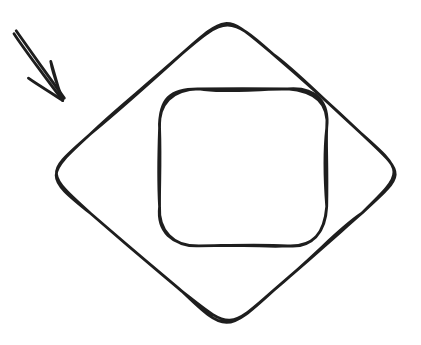
Earlier version of the Excalidraw export Diagrams/Untitled-3.excalidraw.svg (EugenGoGit/diagramm_store). Source tidied: one line per element, renumbered; positions are measured from the earlier drawing's top-left corner, leaving out a move shared by most shapes. Source of this version:
```json
{"id": 0, "type": "diamond", "strokeColor": "#1e1e1e", "strokeWidth": 2, "roughness": 1, "round": true, "x": 21, "y": 0, "width": 258, "height": 226}
{"id": 1, "type": "rectangle", "strokeColor": "#1e1e1e", "strokeWidth": 2, "roughness": 1, "round": true, "x": 102, "y": 53, "width": 119, "height": 112}
{"id": 2, "type": "arrow", "strokeColor": "#1e1e1e", "strokeWidth": 2, "roughness": 1, "endArrowhead": "arrow", "round": true, "to": 0, "x": 0, "y": 13, "width": 35, "height": 47, "points": [[0, 0], [35, 47]]}
```
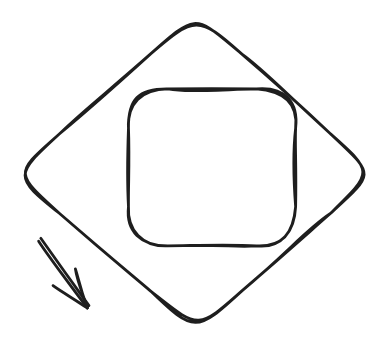
After the change.

What changed in the source:
```diff
@@ -1,3 +1,3 @@
 {"id": 0, "type": "diamond", "strokeColor": "#1e1e1e", "strokeWidth": 2, "roughness": 1, "round": true, "x": 21, "y": 0, "width": 258, "height": 226}
 {"id": 1, "type": "rectangle", "strokeColor": "#1e1e1e", "strokeWidth": 2, "roughness": 1, "round": true, "x": 102, "y": 53, "width": 119, "height": 112}
-{"id": 2, "type": "arrow", "strokeColor": "#1e1e1e", "strokeWidth": 2, "roughness": 1, "endArrowhead": "arrow", "round": true, "to": 0, "x": 0, "y": 13, "width": 35, "height": 47, "points": [[0, 0], [35, 47]]}
+{"id": 2, "type": "arrow", "strokeColor": "#1e1e1e", "strokeWidth": 2, "roughness": 1, "endArrowhead": "arrow", "round": true, "from": 0, "x": 40, "y": 161, "width": 35, "height": 47, "points": [[0, 0], [35, 47]]}
```
